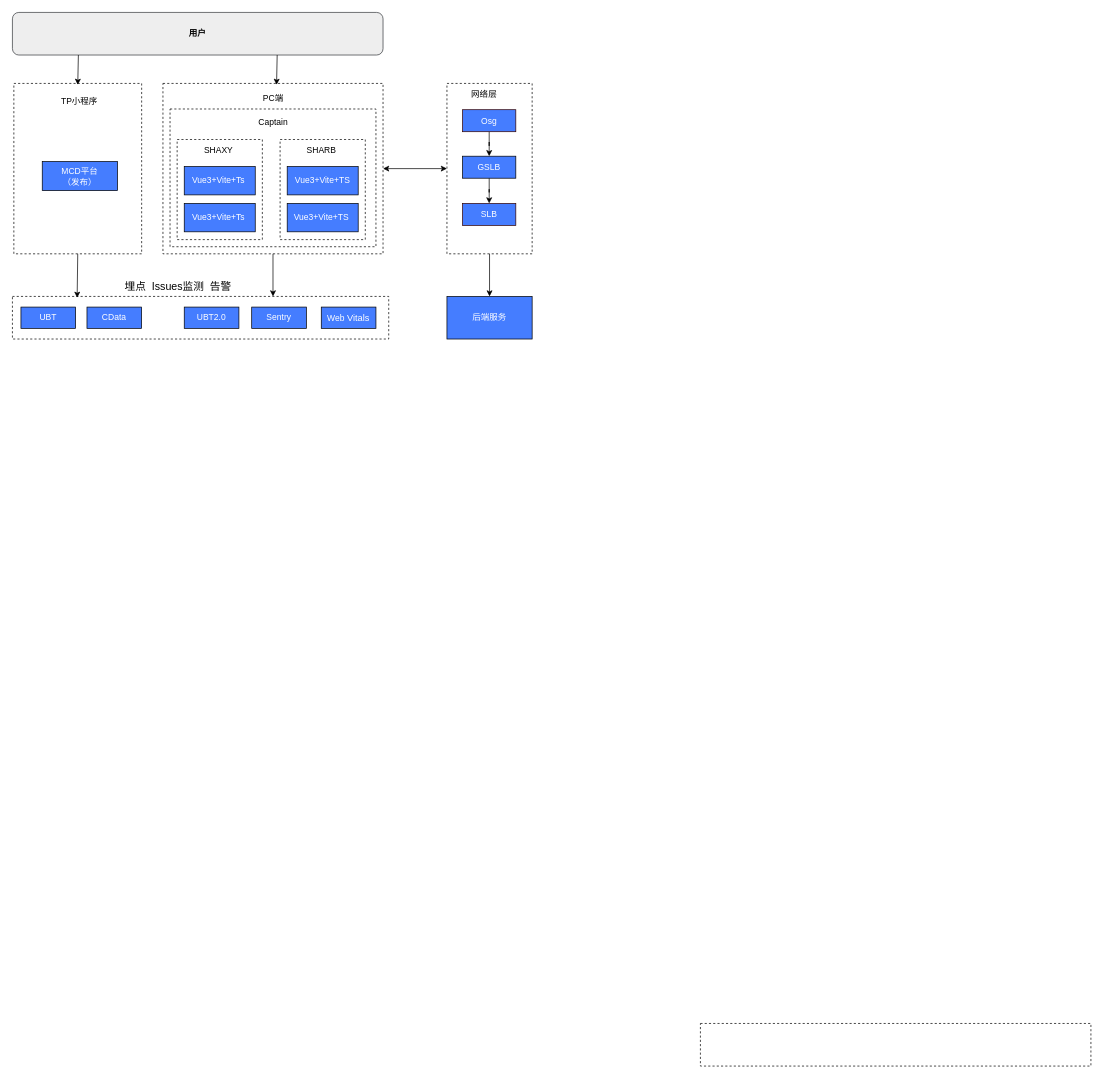
The draw.io diagram 未命名绘图.drawio in heaquan/xmind, before the edit. Source tidied: cells renumbered, new cells numbered last; positions are measured from the earlier drawing's top-left corner, leaving out a move shared by most shapes. Both pictures are drawn from the tidied source at 71%, with x=0, y=0 at pixel (12, 12).
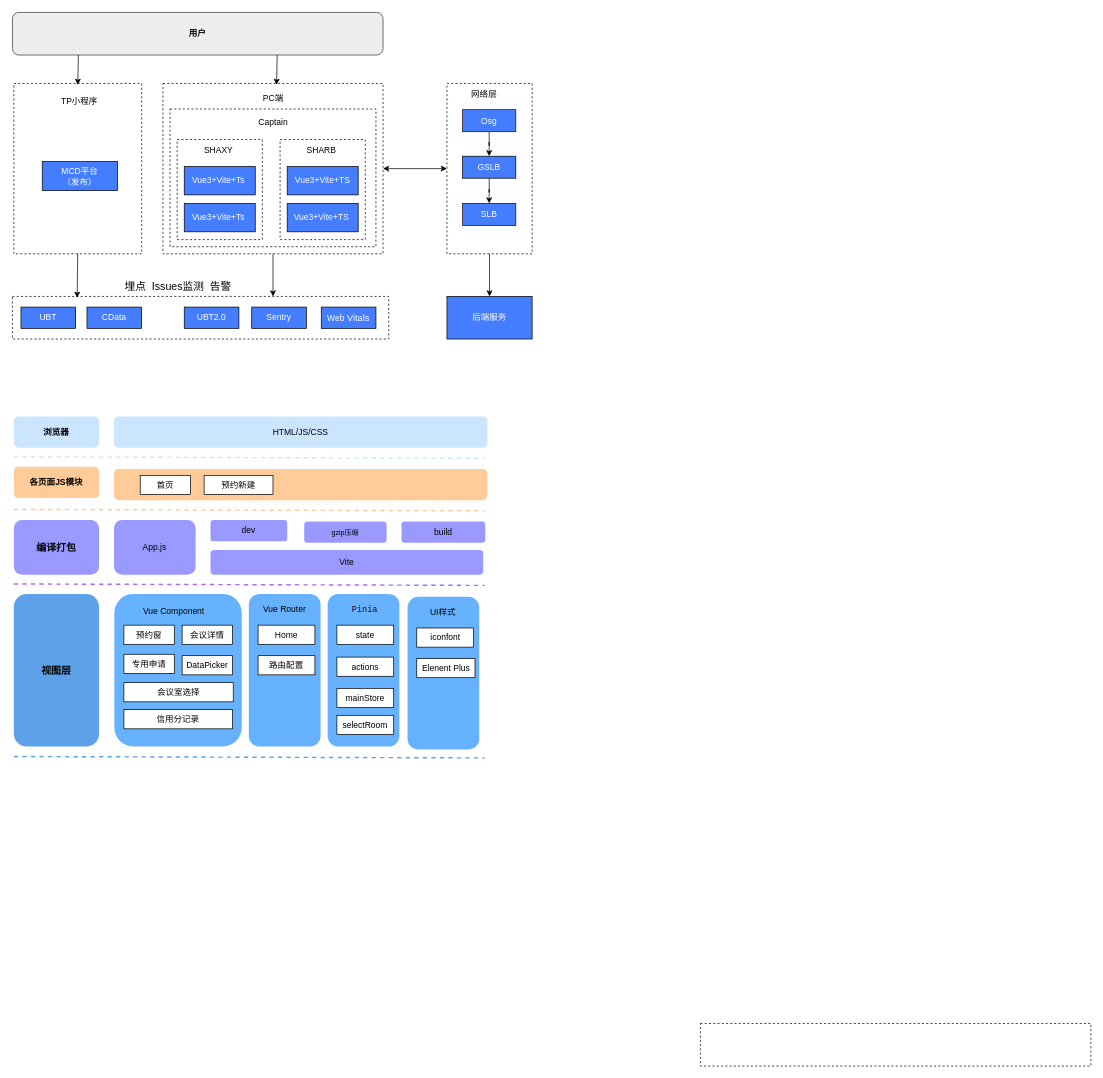
The same diagram, later.

Diff of the diagram source:
```diff
@@
+    <mxCell id="40" value="浏览器" style="rounded=1;whiteSpace=wrap;html=1;fillColor=#cce5ff;strokeColor=none;fontStyle=1;" parent="1" vertex="1">
+      <mxGeometry x="2" y="569" width="120" height="44" as="geometry" />
+    </mxCell>
+    <mxCell id="41" value="HTML/JS/CSS" style="rounded=1;whiteSpace=wrap;html=1;fillColor=#cce5ff;strokeColor=none;" parent="1" vertex="1">
+      <mxGeometry x="143" y="569" width="526" height="44" as="geometry" />
+    </mxCell>
+    <mxCell id="42" style="endArrow=none;dashed=1;html=1;rounded=0;fillColor=#cce5ff;strokeColor=#cce5ff;strokeWidth=2;" parent="1" edge="1">
+      <mxGeometry relative="1" as="geometry">
+        <mxPoint x="2" y="626" as="sourcePoint" />
+        <mxPoint x="665" y="628" as="targetPoint" />
+      </mxGeometry>
+    </mxCell>
+    <mxCell id="43" value="各页面JS模块" style="rounded=1;whiteSpace=wrap;html=1;fillColor=#ffcc99;strokeColor=none;fontStyle=1;" parent="1" vertex="1">
+      <mxGeometry x="2" y="640" width="120" height="44" as="geometry" />
+    </mxCell>
+    <mxCell id="44" style="rounded=1;whiteSpace=wrap;html=1;fillColor=#ffcc99;strokeColor=none;" parent="1" vertex="1">
+      <mxGeometry x="143" y="643" width="526" height="44" as="geometry" />
+    </mxCell>
+    <mxCell id="45" value="首页" style="rounded=0;whiteSpace=wrap;html=1;" parent="1" vertex="1">
+      <mxGeometry x="180" y="652" width="71" height="27" as="geometry" />
+    </mxCell>
+    <mxCell id="46" value="预约新建" style="rounded=0;whiteSpace=wrap;html=1;" parent="1" vertex="1">
+      <mxGeometry x="270" y="652" width="97" height="27" as="geometry" />
+    </mxCell>
+    <mxCell id="47" style="endArrow=none;dashed=1;html=1;rounded=0;fillColor=#cce5ff;strokeColor=#ffcc99;strokeWidth=2;" parent="1" edge="1">
+      <mxGeometry relative="1" as="geometry">
+        <mxPoint x="2" y="700" as="sourcePoint" />
+        <mxPoint x="665" y="702" as="targetPoint" />
+      </mxGeometry>
+    </mxCell>
+    <mxCell id="48" value="编译打包" style="rounded=1;whiteSpace=wrap;html=1;fillColor=#9999FF;strokeColor=none;fontStyle=1;fontSize=14;" parent="1" vertex="1">
+      <mxGeometry x="2" y="715" width="120" height="77" as="geometry" />
+    </mxCell>
+    <mxCell id="49" value="App.js" style="rounded=1;whiteSpace=wrap;html=1;fillColor=#9999FF;strokeColor=none;fontStyle=0;" parent="1" vertex="1">
+      <mxGeometry x="143" y="715" width="115" height="77" as="geometry" />
+    </mxCell>
+    <mxCell id="50" value="dev" style="rounded=1;whiteSpace=wrap;html=1;fillColor=#9999FF;strokeColor=none;fontStyle=0;" parent="1" vertex="1">
+      <mxGeometry x="279" y="715" width="108" height="30" as="geometry" />
+    </mxCell>
+    <mxCell id="51" value="build" style="rounded=1;whiteSpace=wrap;html=1;fillColor=#9999FF;strokeColor=none;fontStyle=0;" parent="1" vertex="1">
+      <mxGeometry x="548" y="717" width="118" height="30" as="geometry" />
+    </mxCell>
+    <mxCell id="52" value="Vite" style="rounded=1;whiteSpace=wrap;html=1;fillColor=#9999FF;strokeColor=none;fontStyle=0;" parent="1" vertex="1">
+      <mxGeometry x="279" y="757" width="384" height="35" as="geometry" />
+    </mxCell>
+    <mxCell id="53" value="&lt;font size=&quot;1&quot;&gt;gzip压缩&lt;br&gt;&lt;/font&gt;" style="rounded=1;whiteSpace=wrap;html=1;fillColor=#9999FF;strokeColor=none;fontStyle=0;" parent="1" vertex="1">
+      <mxGeometry x="411" y="717" width="116" height="30" as="geometry" />
+    </mxCell>
+    <mxCell id="54" style="endArrow=none;dashed=1;html=1;rounded=0;fillColor=#cce5ff;strokeColor=#B266FF;strokeWidth=2;" parent="1" edge="1">
+      <mxGeometry relative="1" as="geometry">
+        <mxPoint x="2" y="805" as="sourcePoint" />
+        <mxPoint x="665" y="807" as="targetPoint" />
+      </mxGeometry>
+    </mxCell>
+    <mxCell id="55" value="视图层" style="rounded=1;whiteSpace=wrap;html=1;fillColor=#5DA2E8;strokeColor=none;fontStyle=1;fontSize=14;" parent="1" vertex="1">
+      <mxGeometry x="2" y="819" width="120" height="215" as="geometry" />
+    </mxCell>
+    <mxCell id="56" style="rounded=1;whiteSpace=wrap;html=1;fillColor=#66B2FF;strokeColor=none;fontStyle=1;fontSize=14;" parent="1" vertex="1">
+      <mxGeometry x="143.5" y="819" width="179.5" height="215" as="geometry" />
+    </mxCell>
+    <mxCell id="57" value="Vue Component" style="text;html=1;align=center;verticalAlign=middle;strokeColor=none;fillColor=none;" parent="1" vertex="1">
+      <mxGeometry x="167" y="829" width="119" height="29" as="geometry" />
+    </mxCell>
+    <mxCell id="58" value="DataPicker" style="rounded=0;whiteSpace=wrap;html=1;" parent="1" vertex="1">
+      <mxGeometry x="239" y="906" width="71" height="27" as="geometry" />
+    </mxCell>
+    <mxCell id="59" value="预约窗" style="rounded=0;whiteSpace=wrap;html=1;" parent="1" vertex="1">
+      <mxGeometry x="157" y="863" width="71" height="27" as="geometry" />
+    </mxCell>
+    <mxCell id="60" value="专用申请" style="rounded=0;whiteSpace=wrap;html=1;" parent="1" vertex="1">
+      <mxGeometry x="157" y="904" width="71" height="27" as="geometry" />
+    </mxCell>
+    <mxCell id="61" value="会议详情" style="rounded=0;whiteSpace=wrap;html=1;" parent="1" vertex="1">
+      <mxGeometry x="239" y="863" width="71" height="27" as="geometry" />
+    </mxCell>
+    <mxCell id="62" value="会议室选择" style="rounded=0;whiteSpace=wrap;html=1;" parent="1" vertex="1">
+      <mxGeometry x="157" y="944" width="154" height="27" as="geometry" />
+    </mxCell>
+    <mxCell id="63" value="信用分记录" style="rounded=0;whiteSpace=wrap;html=1;" parent="1" vertex="1">
+      <mxGeometry x="157" y="982" width="153" height="27" as="geometry" />
+    </mxCell>
+    <mxCell id="64" style="rounded=1;whiteSpace=wrap;html=1;fillColor=#66B2FF;strokeColor=none;fontStyle=1;fontSize=14;" parent="1" vertex="1">
+      <mxGeometry x="556.5" y="823" width="101" height="215" as="geometry" />
+    </mxCell>
+    <mxCell id="65" value="UI样式" style="text;html=1;align=center;verticalAlign=middle;strokeColor=none;fillColor=none;" parent="1" vertex="1">
+      <mxGeometry x="576" y="830" width="60" height="29" as="geometry" />
+    </mxCell>
+    <mxCell id="66" value="iconfont" style="rounded=0;whiteSpace=wrap;html=1;" parent="1" vertex="1">
+      <mxGeometry x="569.5" y="867" width="80" height="27" as="geometry" />
+    </mxCell>
+    <mxCell id="67" value="Elenent Plus" style="rounded=0;whiteSpace=wrap;html=1;" parent="1" vertex="1">
+      <mxGeometry x="569.5" y="910" width="82" height="27" as="geometry" />
+    </mxCell>
+    <mxCell id="68" style="rounded=1;whiteSpace=wrap;html=1;fillColor=#66B2FF;strokeColor=none;fontStyle=1;fontSize=14;" parent="1" vertex="1">
+      <mxGeometry x="333" y="819" width="101" height="215" as="geometry" />
+    </mxCell>
+    <mxCell id="69" value="Vue Router" style="text;html=1;align=center;verticalAlign=middle;strokeColor=none;fillColor=none;" parent="1" vertex="1">
+      <mxGeometry x="338.5" y="826" width="88" height="29" as="geometry" />
+    </mxCell>
+    <mxCell id="70" value="Home" style="rounded=0;whiteSpace=wrap;html=1;" parent="1" vertex="1">
+      <mxGeometry x="346" y="863" width="80" height="27" as="geometry" />
+    </mxCell>
+    <mxCell id="71" value="路由配置" style="rounded=0;whiteSpace=wrap;html=1;" parent="1" vertex="1">
+      <mxGeometry x="346" y="906" width="80" height="27" as="geometry" />
+    </mxCell>
+    <mxCell id="72" style="rounded=1;whiteSpace=wrap;html=1;fillColor=#66B2FF;strokeColor=none;fontStyle=1;fontSize=14;" parent="1" vertex="1">
+      <mxGeometry x="444" y="819" width="101" height="215" as="geometry" />
+    </mxCell>
+    <mxCell id="73" value="&lt;div style=&quot;font-family: Consolas, &amp;quot;Courier New&amp;quot;, monospace; font-size: 12px; line-height: 24px;&quot;&gt;Pinia&lt;/div&gt;" style="text;html=1;align=center;verticalAlign=middle;strokeColor=none;fillColor=none;labelBackgroundColor=none;fontColor=#330000;" parent="1" vertex="1">
+      <mxGeometry x="467" y="823" width="57" height="36" as="geometry" />
+    </mxCell>
+    <mxCell id="74" value="state" style="rounded=0;whiteSpace=wrap;html=1;" parent="1" vertex="1">
+      <mxGeometry x="457" y="863" width="80" height="27" as="geometry" />
+    </mxCell>
+    <mxCell id="75" value="actions" style="rounded=0;whiteSpace=wrap;html=1;" parent="1" vertex="1">
+      <mxGeometry x="457" y="908" width="80" height="27" as="geometry" />
+    </mxCell>
+    <mxCell id="76" value="mainStore" style="rounded=0;whiteSpace=wrap;html=1;" parent="1" vertex="1">
+      <mxGeometry x="457" y="952" width="80" height="27" as="geometry" />
+    </mxCell>
+    <mxCell id="77" value="selectRoom" style="rounded=0;whiteSpace=wrap;html=1;" parent="1" vertex="1">
+      <mxGeometry x="457" y="990" width="80" height="27" as="geometry" />
+    </mxCell>
+    <mxCell id="78" style="endArrow=none;dashed=1;html=1;rounded=0;fillColor=#cce5ff;strokeColor=#5DA2E8;strokeWidth=2;" parent="1" edge="1">
+      <mxGeometry relative="1" as="geometry">
+        <mxPoint x="2" y="1048" as="sourcePoint" />
+        <mxPoint x="665" y="1050" as="targetPoint" />
+      </mxGeometry>
+    </mxCell>
```
